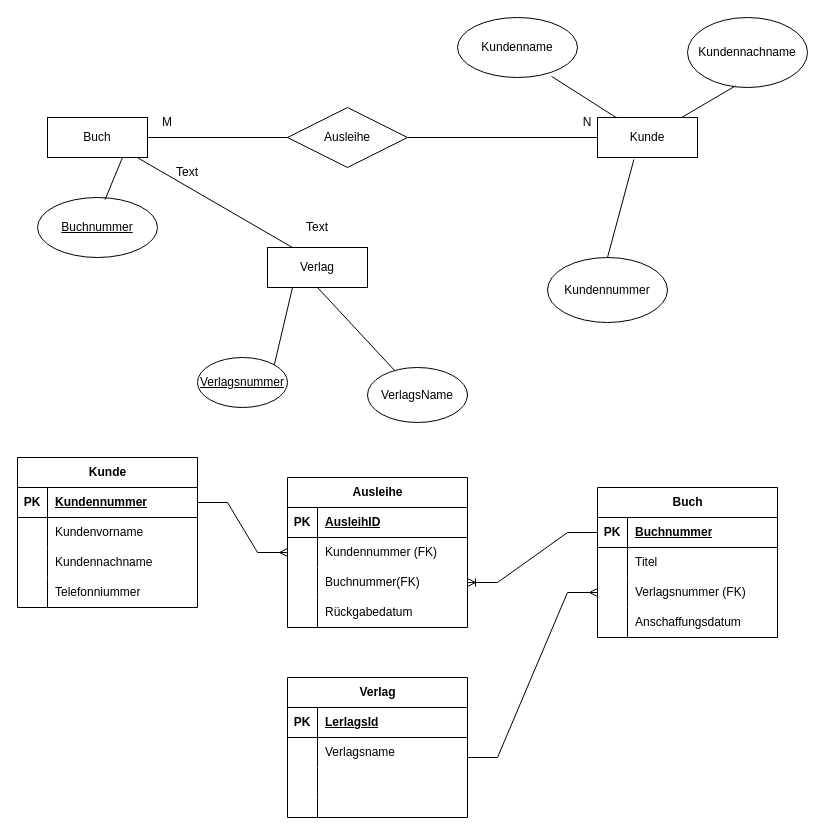
The draw.io diagram db/os/001-buch-kunde.drawio in korkmazalper/eu, before the edit. Source tidied: cells renumbered, new cells numbered last; positions are measured from the earlier drawing's top-left corner, leaving out a move shared by most shapes. Both pictures are drawn from the tidied source at 100%, with x=0, y=0 at pixel (17, 17).
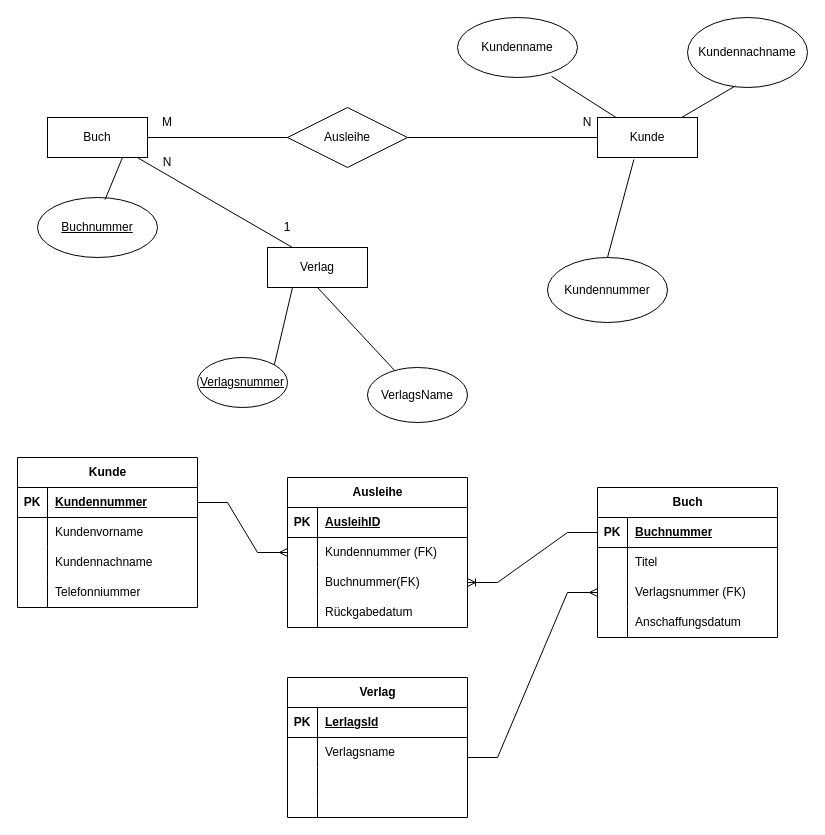
Above is the later version.

Diff of the diagram source:
```diff
@@
-    <mxCell id="17" value="Text" style="text;html=1;align=center;verticalAlign=middle;whiteSpace=wrap;rounded=0;" parent="1" vertex="1">
-      <mxGeometry x="140" y="140" width="60" height="30" as="geometry" />
+    <mxCell id="17" value="N" style="text;html=1;align=center;verticalAlign=middle;whiteSpace=wrap;rounded=0;" parent="1" vertex="1">
+      <mxGeometry x="120" y="130" width="60" height="30" as="geometry" />
     </mxCell>
-    <mxCell id="18" value="Text" style="text;html=1;align=center;verticalAlign=middle;whiteSpace=wrap;rounded=0;" parent="1" vertex="1">
-      <mxGeometry x="270" y="195" width="60" height="30" as="geometry" />
+    <mxCell id="18" value="1" style="text;html=1;align=center;verticalAlign=middle;whiteSpace=wrap;rounded=0;" parent="1" vertex="1">
+      <mxGeometry x="240" y="195" width="60" height="30" as="geometry" />
     </mxCell>
```
